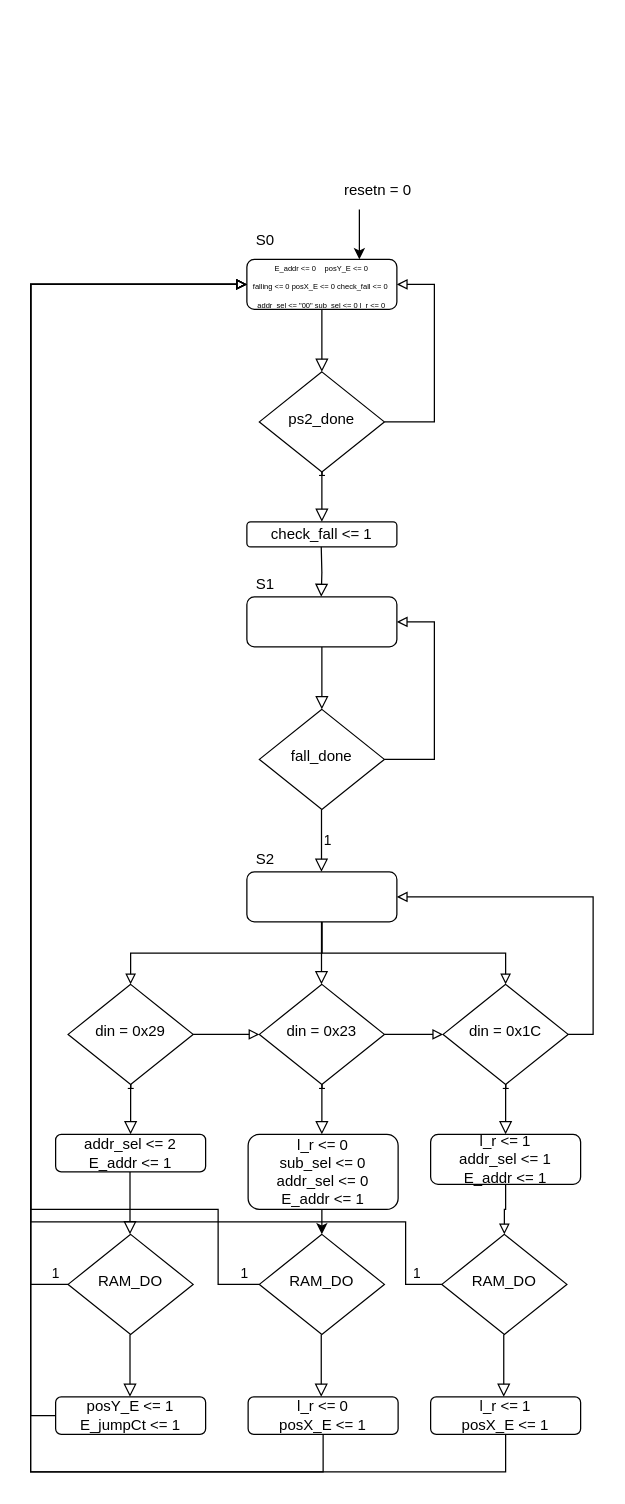
The draw.io diagram physicsCircuitDiagrams/mainPHYFSM.drawio in jedikiks/ece2700-finalproject, before the edit. Source tidied: cells renumbered, new cells numbered last; positions are measured from the earlier drawing's top-left corner, leaving out a move shared by most shapes. Both pictures are drawn from the tidied source at 125%, with x=0, y=0 at pixel (30, 171).
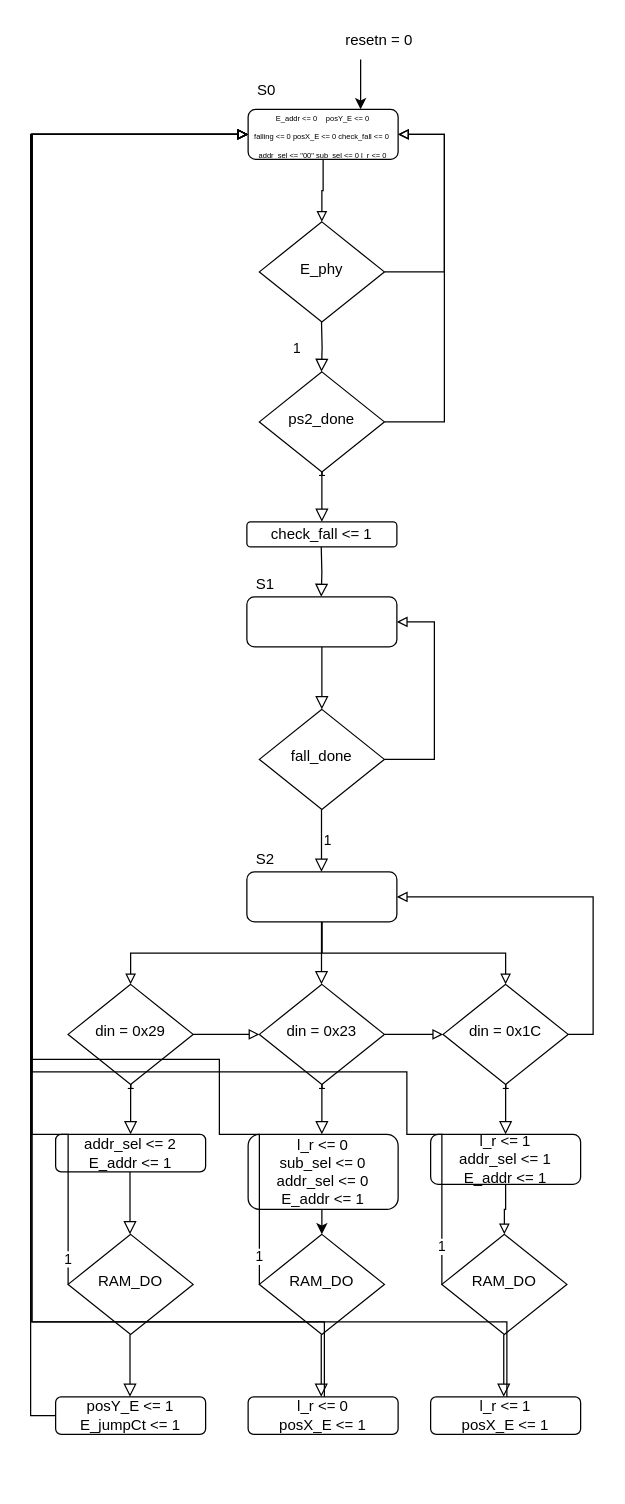
Above is the later version.

Unchanged cells that the change refers to:
```xml
<mxCell id="7" value="ps2_done" style="rhombus;whiteSpace=wrap;html=1;shadow=0;fontFamily=Helvetica;fontSize=12;align=center;strokeWidth=1;spacing=6;spacingTop=-4;" parent="1" vertex="1">
  <mxGeometry x="183" y="160" width="100" height="80" as="geometry" />
</mxCell>
<mxCell id="35" value="RAM_DO" style="rhombus;whiteSpace=wrap;html=1;shadow=0;fontFamily=Helvetica;fontSize=12;align=center;strokeWidth=1;spacing=6;spacingTop=-4;" parent="1" vertex="1">
  <mxGeometry x="30" y="850" width="100" height="80" as="geometry" />
</mxCell>
<mxCell id="42" value="RAM_DO" style="rhombus;whiteSpace=wrap;html=1;shadow=0;fontFamily=Helvetica;fontSize=12;align=center;strokeWidth=1;spacing=6;spacingTop=-4;" parent="1" vertex="1">
  <mxGeometry x="183" y="850" width="100" height="80" as="geometry" />
</mxCell>
<mxCell id="45" value="l_r &amp;lt;= 0&lt;br&gt;posX_E &amp;lt;= 1" style="rounded=1;whiteSpace=wrap;html=1;fontSize=12;glass=0;strokeWidth=1;shadow=0;" parent="1" vertex="1">
  <mxGeometry x="174" y="980" width="120" height="30" as="geometry" />
</mxCell>
<mxCell id="49" value="RAM_DO" style="rhombus;whiteSpace=wrap;html=1;shadow=0;fontFamily=Helvetica;fontSize=12;align=center;strokeWidth=1;spacing=6;spacingTop=-4;" parent="1" vertex="1">
  <mxGeometry x="329" y="850" width="100" height="80" as="geometry" />
</mxCell>
<mxCell id="52" value="l_r &amp;lt;= 1&lt;br&gt;posX_E &amp;lt;= 1" style="rounded=1;whiteSpace=wrap;html=1;fontSize=12;glass=0;strokeWidth=1;shadow=0;" parent="1" vertex="1">
  <mxGeometry x="320" y="980" width="120" height="30" as="geometry" />
</mxCell>
```

Change to the diagram source:
```diff
@@
-    <mxCell id="2" style="rounded=0;html=1;jettySize=auto;fontSize=11;endArrow=block;endFill=0;endSize=8;strokeWidth=1;shadow=0;labelBackgroundColor=none;edgeStyle=orthogonalEdgeStyle;" parent="1" edge="1" source="4" target="7">
-      <mxGeometry relative="1" as="geometry" />
-    </mxCell>
     <mxCell id="3" style="edgeStyle=orthogonalEdgeStyle;rounded=0;jettySize=auto;html=1;exitX=0.75;exitY=0;exitDx=0;exitDy=0;endArrow=none;endFill=0;startArrow=classic;startFill=1;" parent="1" edge="1" source="4">
       <mxGeometry relative="1" as="geometry">
-        <mxPoint x="263" y="30" as="targetPoint" />
+        <mxPoint x="264" y="-90" as="targetPoint" />
       </mxGeometry>
     </mxCell>
+    <mxCell id="53" style="edgeStyle=orthogonalEdgeStyle;rounded=0;jettySize=auto;html=1;exitX=0.5;exitY=1;exitDx=0;exitDy=0;entryX=0.5;entryY=0;entryDx=0;entryDy=0;endArrow=block;endFill=0;" parent="1" edge="1" source="4" target="55">
+      <mxGeometry relative="1" as="geometry" />
+    </mxCell>
     <mxCell id="4" value="&lt;blockquote style=&quot;margin: 0 0 0 40px; border: none; padding: 0px;&quot;&gt;&lt;/blockquote&gt;&lt;font style=&quot;font-size: 6px;&quot;&gt;&lt;span style=&quot;background-color: initial;&quot;&gt;E_addr &amp;lt;= 0&lt;/span&gt;&lt;span style=&quot;background-color: initial; white-space: pre;&quot;&gt;&#9;&lt;/span&gt;&lt;span style=&quot;background-color: initial;&quot;&gt;posY_E &amp;lt;= 0&lt;/span&gt;&lt;br&gt;&lt;/font&gt;&lt;blockquote style=&quot;margin: 0px 0px 0px 40px; border: none; padding: 0px; font-size: 6px;&quot;&gt;&lt;/blockquote&gt;&lt;font style=&quot;font-size: 6px;&quot;&gt;&lt;font style=&quot;font-size: 6px;&quot;&gt;&lt;span style=&quot;background-color: initial;&quot;&gt;falling &amp;lt;= 0&amp;nbsp;&lt;/span&gt;&lt;span style=&quot;background-color: initial;&quot;&gt;posX_E &amp;lt;= 0&amp;nbsp;&lt;/span&gt;&lt;/font&gt;&lt;font style=&quot;font-size: 6px;&quot;&gt;&lt;span style=&quot;background-color: initial;&quot;&gt;check_fall &amp;lt;= 0&amp;nbsp;&lt;br&gt;&lt;/span&gt;&lt;span style=&quot;background-color: initial;&quot;&gt;addr_sel &amp;lt;= &quot;00&quot;&amp;nbsp;&lt;/span&gt;&lt;font style=&quot;font-size: 6px;&quot;&gt;sub_sel &amp;lt;= 0 l_r &amp;lt;= 0&lt;/font&gt;&lt;/font&gt;&lt;/font&gt;" style="rounded=1;whiteSpace=wrap;html=1;fontSize=12;glass=0;strokeWidth=1;shadow=0;align=center;" parent="1" vertex="1">
-      <mxGeometry x="173" y="70" width="120" height="40" as="geometry" />
+      <mxGeometry x="174" y="-50" width="120" height="40" as="geometry" />
     </mxCell>
@@
     <mxCell id="6" style="edgeStyle=orthogonalEdgeStyle;rounded=0;jettySize=auto;html=1;exitX=1;exitY=0.5;exitDx=0;exitDy=0;entryX=1;entryY=0.5;entryDx=0;entryDy=0;startArrow=none;startFill=0;endArrow=block;endFill=0;" parent="1" edge="1" source="7" target="4">
       <mxGeometry relative="1" as="geometry">
         <Array as="points">
-          <mxPoint x="323" y="200" />
-          <mxPoint x="323" y="90" />
+          <mxPoint x="331" y="200" />
+          <mxPoint x="331" y="-30" />
         </Array>
       </mxGeometry>
     </mxCell>
@@
     <mxCell id="8" value="S0" style="text;html=1;strokeColor=none;fillColor=none;align=center;verticalAlign=middle;whiteSpace=wrap;rounded=0;" parent="1" vertex="1">
-      <mxGeometry x="173" y="40" width="30" height="30" as="geometry" />
+      <mxGeometry x="174" y="-80" width="30" height="30" as="geometry" />
     </mxCell>
     <mxCell id="9" value="resetn = 0" style="text;html=1;strokeColor=none;fillColor=none;align=center;verticalAlign=middle;whiteSpace=wrap;rounded=0;" parent="1" vertex="1">
-      <mxGeometry x="243" width="70" height="30" as="geometry" />
+      <mxGeometry x="244" y="-120" width="70" height="30" as="geometry" />
     </mxCell>
@@
     <mxCell id="34" value="1" style="edgeStyle=orthogonalEdgeStyle;rounded=0;jettySize=auto;html=1;exitX=0;exitY=0.5;exitDx=0;exitDy=0;entryX=0;entryY=0.5;entryDx=0;entryDy=0;endArrow=block;endFill=0;labelPosition=center;verticalLabelPosition=top;align=center;verticalAlign=bottom;" parent="1" edge="1" source="35" target="4">
       <mxGeometry x="-0.98" relative="1" as="geometry">
         <Array as="points">
-          <mxPoint y="890" />
-          <mxPoint y="90" />
+          <mxPoint x="1" y="770" />
+          <mxPoint x="1" y="-30" />
         </Array>
       </mxGeometry>
     </mxCell>
@@
     <mxCell id="41" value="1" style="edgeStyle=orthogonalEdgeStyle;rounded=0;jettySize=auto;html=1;exitX=0;exitY=0.5;exitDx=0;exitDy=0;entryX=0;entryY=0.5;entryDx=0;entryDy=0;endArrow=block;endFill=0;labelPosition=center;verticalLabelPosition=top;align=center;verticalAlign=bottom;" parent="1" edge="1" source="42" target="4">
       <mxGeometry x="-0.98" relative="1" as="geometry">
         <Array as="points">
-          <mxPoint x="150" y="890" />
-          <mxPoint x="150" y="830" />
-          <mxPoint y="830" />
-          <mxPoint y="90" />
+          <mxPoint x="151" y="770" />
+          <mxPoint x="151" y="710" />
+          <mxPoint x="1" y="710" />
+          <mxPoint x="1" y="-30" />
         </Array>
       </mxGeometry>
     </mxCell>
@@
     <mxCell id="44" style="edgeStyle=orthogonalEdgeStyle;rounded=0;jettySize=auto;html=1;exitX=0.5;exitY=1;exitDx=0;exitDy=0;entryX=0;entryY=0.5;entryDx=0;entryDy=0;endArrow=block;endFill=0;" parent="1" edge="1" source="45" target="4">
       <mxGeometry relative="1" as="geometry">
         <Array as="points">
-          <mxPoint x="234" y="1040" />
-          <mxPoint y="1040" />
-          <mxPoint y="90" />
+          <mxPoint x="235" y="920" />
+          <mxPoint x="1" y="920" />
+          <mxPoint x="1" y="-30" />
         </Array>
       </mxGeometry>
     </mxCell>
@@
     <mxCell id="48" value="1" style="edgeStyle=orthogonalEdgeStyle;rounded=0;jettySize=auto;html=1;exitX=0;exitY=0.5;exitDx=0;exitDy=0;entryX=0;entryY=0.5;entryDx=0;entryDy=0;endArrow=block;endFill=0;labelPosition=center;verticalLabelPosition=top;align=center;verticalAlign=bottom;" parent="1" edge="1" source="49" target="4">
       <mxGeometry x="-0.97" relative="1" as="geometry">
         <Array as="points">
-          <mxPoint x="300" y="890" />
-          <mxPoint x="300" y="840" />
-          <mxPoint y="840" />
-          <mxPoint y="90" />
+          <mxPoint x="301" y="770" />
+          <mxPoint x="301" y="720" />
+          <mxPoint x="1" y="720" />
+          <mxPoint x="1" y="-30" />
         </Array>
       </mxGeometry>
     </mxCell>
@@
     <mxCell id="51" style="edgeStyle=orthogonalEdgeStyle;rounded=0;jettySize=auto;html=1;exitX=0.5;exitY=1;exitDx=0;exitDy=0;entryX=0;entryY=0.5;entryDx=0;entryDy=0;endArrow=block;endFill=0;" parent="1" edge="1" source="52" target="4">
       <mxGeometry relative="1" as="geometry">
         <Array as="points">
-          <mxPoint x="380" y="1040" />
-          <mxPoint y="1040" />
-          <mxPoint y="90" />
+          <mxPoint x="381" y="920" />
+          <mxPoint x="1" y="920" />
+          <mxPoint x="1" y="-30" />
         </Array>
       </mxGeometry>
     </mxCell>
@@
+    <mxCell id="54" style="edgeStyle=orthogonalEdgeStyle;rounded=0;jettySize=auto;html=1;exitX=1;exitY=0.5;exitDx=0;exitDy=0;entryX=1;entryY=0.5;entryDx=0;entryDy=0;endArrow=block;endFill=0;" parent="1" edge="1" source="55" target="4">
+      <mxGeometry relative="1" as="geometry">
+        <Array as="points">
+          <mxPoint x="331" y="80" />
+          <mxPoint x="331" y="-30" />
+        </Array>
+      </mxGeometry>
+    </mxCell>
+    <mxCell id="55" value="E_phy" style="rhombus;whiteSpace=wrap;html=1;shadow=0;fontFamily=Helvetica;fontSize=12;align=center;strokeWidth=1;spacing=6;spacingTop=-4;" parent="1" vertex="1">
+      <mxGeometry x="183" y="40" width="100" height="80" as="geometry" />
+    </mxCell>
+    <mxCell id="56" value="1" style="rounded=0;html=1;jettySize=auto;orthogonalLoop=1;fontSize=11;endArrow=block;endFill=0;endSize=8;strokeWidth=1;shadow=0;labelBackgroundColor=none;edgeStyle=orthogonalEdgeStyle;" parent="1" edge="1">
+      <mxGeometry y="20" relative="1" as="geometry">
+        <mxPoint x="232.7" y="120" as="sourcePoint" />
+        <mxPoint x="232.7" y="160" as="targetPoint" />
+      </mxGeometry>
+    </mxCell>
```
